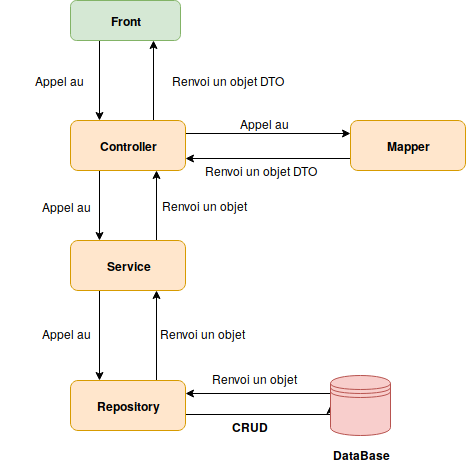
Earlier version of the draw.io export diagrammes/schema_apptour.png (Mouhyi-Eddine/RapportAlternance). Source tidied: cells renumbered, new cells last; positions are measured from the earlier drawing's top-left corner, leaving out a move shared by most shapes.
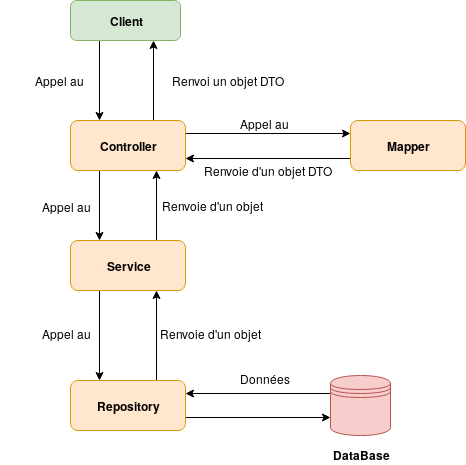
Above is the later version.

The edit, as a diff of the source:
```diff
@@ -9,7 +9,7 @@
         </Array>
       </mxGeometry>
     </mxCell>
-    <mxCell id="3" value="&lt;b&gt;Front&lt;/b&gt;" style="rounded=1;whiteSpace=wrap;html=1;fillColor=#d5e8d4;strokeColor=#82b366;" parent="1" vertex="1">
+    <mxCell id="3" value="&lt;b&gt;Client&lt;/b&gt;" style="rounded=1;whiteSpace=wrap;html=1;fillColor=#d5e8d4;strokeColor=#82b366;" parent="1" vertex="1">
       <mxGeometry x="70" width="110" height="40" as="geometry" />
     </mxCell>
     <mxCell id="4" style="edgeStyle=orthogonalEdgeStyle;rounded=0;jettySize=auto;html=1;exitX=0.75;exitY=0;exitDx=0;exitDy=0;entryX=0.75;entryY=1;entryDx=0;entryDy=0;" parent="1" edge="1" source="7" target="3">
@@ -40,10 +40,10 @@
     <mxCell id="11" style="edgeStyle=orthogonalEdgeStyle;rounded=0;jettySize=auto;html=1;exitX=0.75;exitY=0;exitDx=0;exitDy=0;entryX=0.75;entryY=1;entryDx=0;entryDy=0;" parent="1" edge="1" source="13" target="10">
       <mxGeometry relative="1" as="geometry" />
     </mxCell>
-    <mxCell id="12" style="edgeStyle=orthogonalEdgeStyle;rounded=0;jettySize=auto;html=1;exitX=1;exitY=0.75;exitDx=0;exitDy=0;entryX=0;entryY=0.5;entryDx=0;entryDy=0;" parent="1" edge="1" source="13" target="25">
+    <mxCell id="12" style="edgeStyle=orthogonalEdgeStyle;rounded=0;jettySize=auto;html=1;exitX=1;exitY=0.75;exitDx=0;exitDy=0;entryX=0;entryY=0.7;entryDx=0;entryDy=0;" parent="1" edge="1" source="13" target="25">
       <mxGeometry relative="1" as="geometry">
         <Array as="points">
-          <mxPoint x="185" y="414" />
+          <mxPoint x="185" y="417" />
         </Array>
       </mxGeometry>
     </mxCell>
@@ -65,7 +65,7 @@
     <mxCell id="18" value="Appel au" style="text;html=1;" parent="1" vertex="1">
       <mxGeometry x="238" y="110" width="70" height="30" as="geometry" />
     </mxCell>
-    <mxCell id="19" value="Renvoi un objet DTO" style="text;html=1;strokeColor=none;fillColor=none;align=left;verticalAlign=middle;whiteSpace=wrap;rounded=0;" parent="1" vertex="1">
+    <mxCell id="19" value="&lt;div align=&quot;center&quot;&gt;Renvoie d'un objet DTO&lt;/div&gt;" style="text;html=1;strokeColor=none;fillColor=none;align=center;verticalAlign=middle;whiteSpace=wrap;rounded=0;" parent="1" vertex="1">
       <mxGeometry x="202.5" y="160" width="130" height="20" as="geometry" />
     </mxCell>
     <mxCell id="20" value="&lt;div align=&quot;right&quot;&gt;Appel au &lt;/div&gt;" style="text;html=1;align=left;verticalAlign=top;spacingTop=-4;" parent="1" vertex="1">
@@ -74,10 +74,10 @@
     <mxCell id="21" value="Appel au" style="text;html=1;" parent="1" vertex="1">
       <mxGeometry x="40" y="320" width="70" height="30" as="geometry" />
     </mxCell>
-    <mxCell id="22" value="Renvoi un objet" style="text;html=1;" parent="1" vertex="1">
+    <mxCell id="22" value="Renvoie d'un objet" style="text;html=1;" parent="1" vertex="1">
       <mxGeometry x="160" y="192" width="140" height="30" as="geometry" />
     </mxCell>
-    <mxCell id="23" value="Renvoi un objet" style="text;html=1;" parent="1" vertex="1">
+    <mxCell id="23" value="Renvoie d'un objet" style="text;html=1;" parent="1" vertex="1">
       <mxGeometry x="157.5" y="320" width="110" height="30" as="geometry" />
     </mxCell>
     <mxCell id="24" style="edgeStyle=orthogonalEdgeStyle;rounded=0;jettySize=auto;html=1;exitX=0;exitY=0.3;exitDx=0;exitDy=0;entryX=1;entryY=0.25;entryDx=0;entryDy=0;" parent="1" edge="1" source="25" target="13">
@@ -93,10 +93,7 @@
     <mxCell id="26" value="&lt;b&gt;DataBase&lt;/b&gt;" style="text;html=1;strokeColor=none;fillColor=none;align=center;verticalAlign=middle;whiteSpace=wrap;rounded=0;" parent="1" vertex="1">
       <mxGeometry x="340" y="444" width="40" height="20" as="geometry" />
     </mxCell>
-    <mxCell id="27" value="&lt;b&gt;CRUD&lt;/b&gt;" style="text;html=1;align=left;verticalAlign=top;spacingTop=-4;" parent="1" vertex="1">
-      <mxGeometry x="230" y="417" width="50" height="20" as="geometry" />
-    </mxCell>
-    <mxCell id="28" value="Renvoi un objet" style="text;html=1;" parent="1" vertex="1">
+    <mxCell id="28" value="&lt;div align=&quot;center&quot;&gt;Données&lt;/div&gt;" style="text;html=1;align=center;" parent="1" vertex="1">
       <mxGeometry x="210" y="365" width="110" height="30" as="geometry" />
     </mxCell>
   </root>
```
